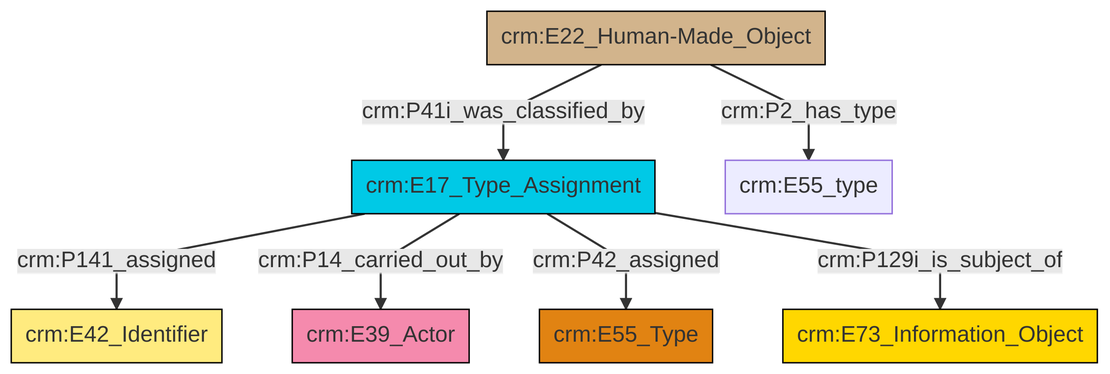
Above: et/builtWorkCSV/ttl/mmd/png/Built_Work_designation_status.png in swiss-art-research-net/docs.swissartresearch (Mermaid), before the change. Its source is kept beside it as et/builtWorkCSV/ttl/mmd/Built_Work_designation_status.ttl.mmd.
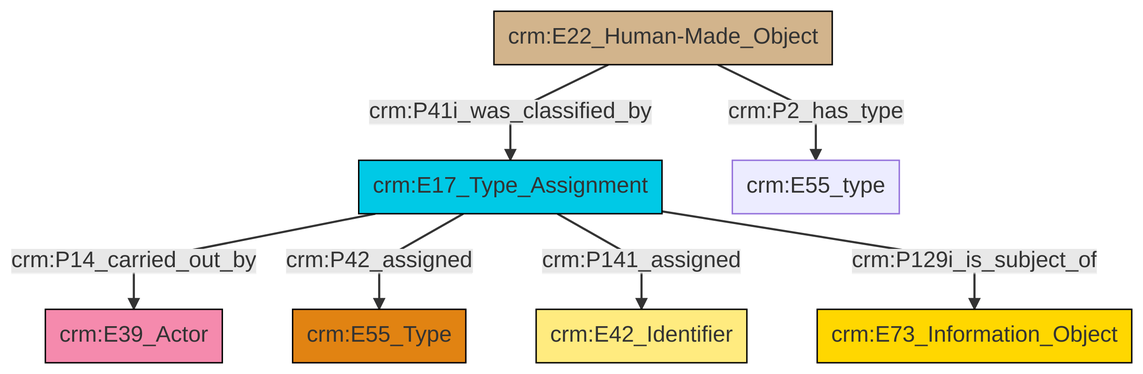
The same file after the commit.

Diff of the diagram source:
```diff
@@ -13,9 +13,9 @@
 classDef PC_Classes fill:#4ce600, stroke:#000000;
 classDef Multi fill:#cccccc,stroke:#000000;
 
-4["crm:E17_Type_Assignment"]:::Temporal_Entity -->|crm:P141_assigned| 5["crm:E42_Identifier"]:::Appellation
-4["crm:E17_Type_Assignment"]:::Temporal_Entity -->|crm:P14_carried_out_by| 0["crm:E39_Actor"]:::Actor
-4["crm:E17_Type_Assignment"]:::Temporal_Entity -->|crm:P42_assigned| 2["crm:E55_Type"]:::Type
-4["crm:E17_Type_Assignment"]:::Temporal_Entity -->|crm:P129i_is_subject_of| 8["crm:E73_Information_Object"]:::Conceptual_Object
-6["crm:E22_Human-Made_Object"]:::Physical_Thing -->|crm:P2_has_type| 12["crm:E55_type"]:::Default
-6["crm:E22_Human-Made_Object"]:::Physical_Thing -->|crm:P41i_was_classified_by| 4["crm:E17_Type_Assignment"]:::Temporal_Entity
+2["crm:E17_Type_Assignment"]:::Temporal_Entity -->|crm:P14_carried_out_by| 3["crm:E39_Actor"]:::Actor
+4["crm:E22_Human-Made_Object"]:::Physical_Thing -->|crm:P41i_was_classified_by| 2["crm:E17_Type_Assignment"]:::Temporal_Entity
+2["crm:E17_Type_Assignment"]:::Temporal_Entity -->|crm:P42_assigned| 0["crm:E55_Type"]:::Type
+2["crm:E17_Type_Assignment"]:::Temporal_Entity -->|crm:P141_assigned| 5["crm:E42_Identifier"]:::Appellation
+2["crm:E17_Type_Assignment"]:::Temporal_Entity -->|crm:P129i_is_subject_of| 10["crm:E73_Information_Object"]:::Conceptual_Object
+4["crm:E22_Human-Made_Object"]:::Physical_Thing -->|crm:P2_has_type| 8["crm:E55_type"]:::Default
```
